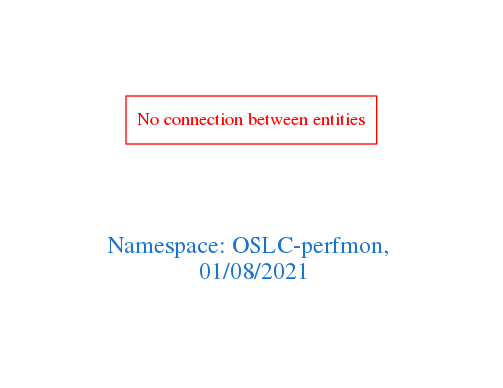
Before: downloads/OSLC-perfmon.png, a diagram exported from Graphviz (arago/OGIT). Its source is kept beside it as downloads/OSLC-perfmon.dot.
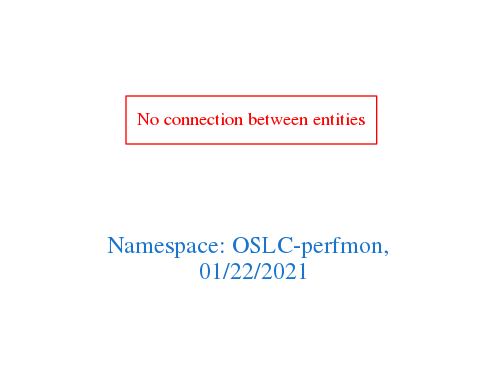
After the commit.

The edit, as a diff of the source:
```diff
@@ -1,7 +1,7 @@
 digraph OGIT_ontology {
  graph [ rankdir= LR,pad=1
 fontsize = 18,
-fontcolor= dodgerblue3,label = "\n\n\nNamespace: OSLC-perfmon, \n 01/08/2021"];
+fontcolor= dodgerblue3,label = "\n\n\nNamespace: OSLC-perfmon, \n 01/22/2021"];
 node[shape=polygon];
 edge [  color="gray81"];
 
```
